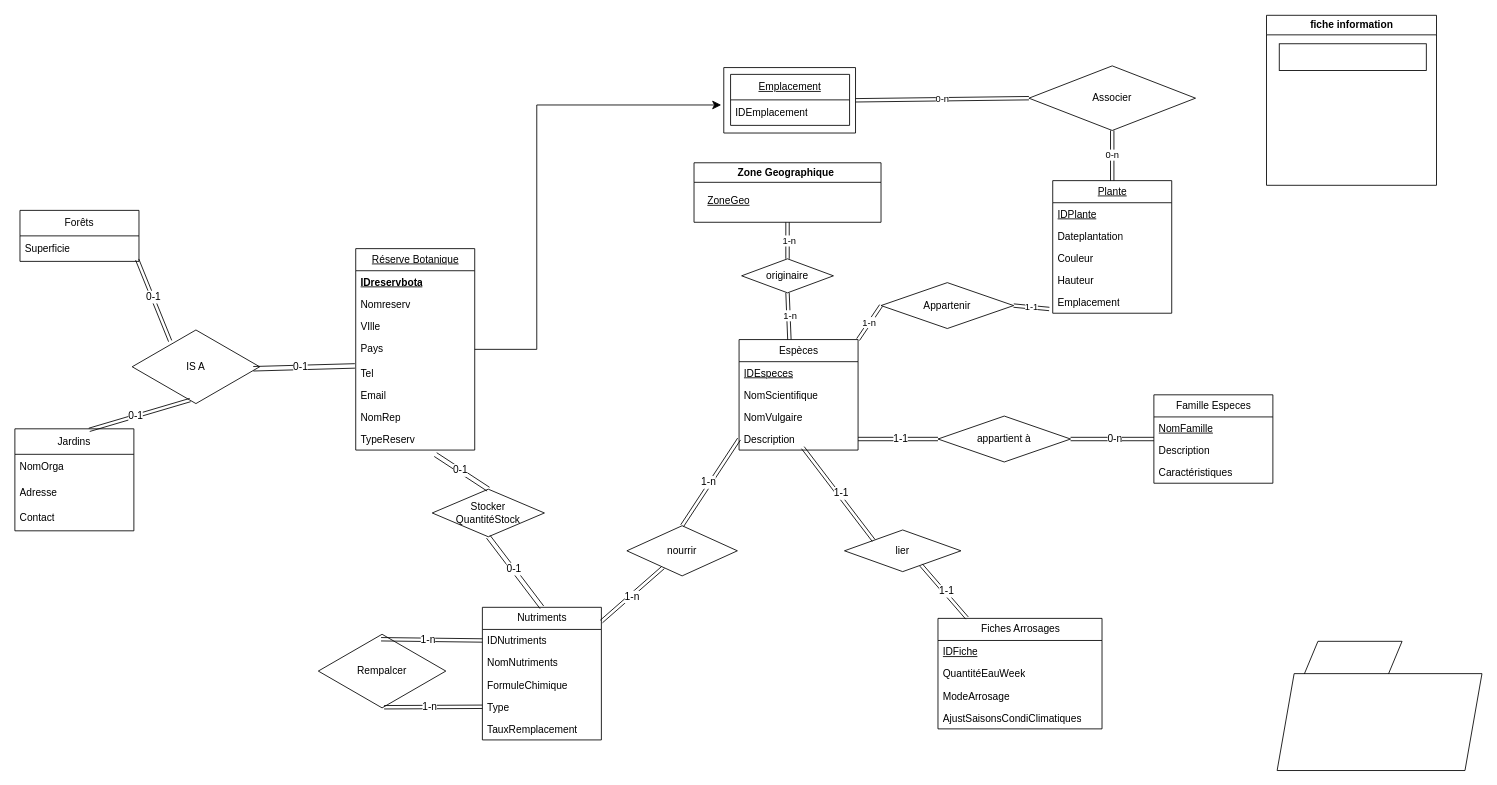
korasrar/Work keeps this draw.io diagram as SAE3/Untitled Diagram.drawio. Above is the earlier version. Source tidied: cells renumbered, new cells numbered last; positions are measured from the earlier drawing's top-left corner, leaving out a move shared by most shapes. Both pictures are drawn from the tidied source at 85%, with x=0, y=0 at pixel (14, 14).
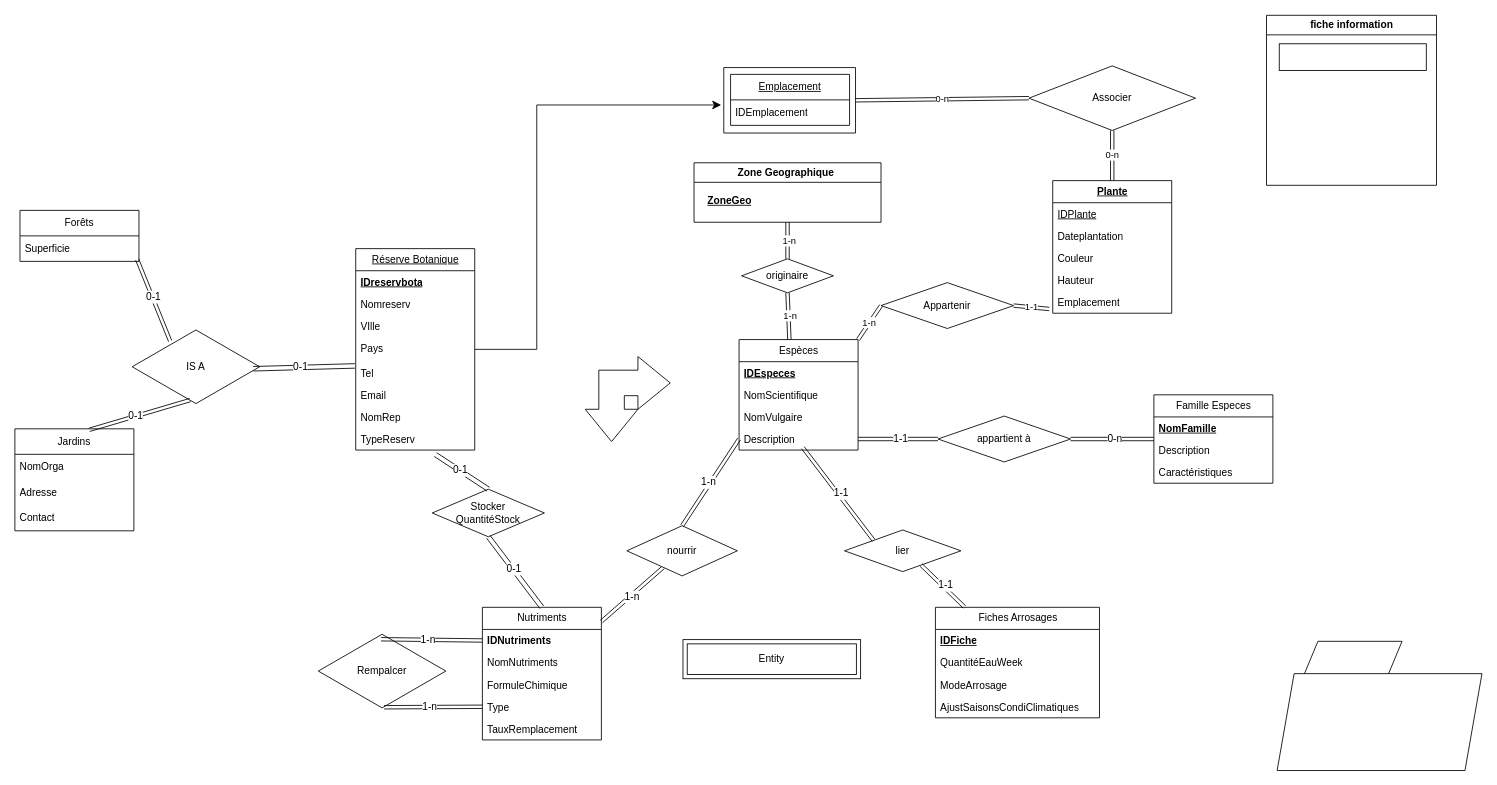
Above is the later version.

Commit message:
Mettre à jour Untitled Diagram.drawio

The change refers to these unchanged cells:
```xml
<mxCell id="17" value="Espèces" style="swimlane;fontStyle=0;horizontal=1;startSize=26;fillColor=none;html=1;" parent="1" vertex="1">
  <mxGeometry x="852" y="382" width="140" height="130" as="geometry" />
</mxCell>
<mxCell id="22" value="Famille Especes" style="swimlane;fontStyle=0;horizontal=1;startSize=26;fillColor=none;html=1;" parent="1" vertex="1">
  <mxGeometry x="1340" y="447" width="140" height="104" as="geometry" />
</mxCell>
<mxCell id="31" value="Nutriments" style="swimlane;fontStyle=0;horizontal=1;startSize=26;fillColor=none;html=1;" parent="1" vertex="1">
  <mxGeometry x="550" y="697" width="140" height="156" as="geometry" />
</mxCell>
<mxCell id="74" value="Zone Geographique&amp;nbsp;" style="swimlane;whiteSpace=wrap;html=1;" parent="1" vertex="1">
  <mxGeometry x="799" y="174" width="220" height="70" as="geometry" />
</mxCell>
```

What changed in the source:
```diff
@@
+    <mxCell id="98" value="Entity" style="shape=ext;margin=3;double=1;whiteSpace=wrap;html=1;align=center;" parent="1" vertex="1">
+      <mxGeometry x="786" y="735" width="209" height="46" as="geometry" />
+    </mxCell>
@@
-    <mxCell id="11" value="&lt;u&gt;Plante&lt;/u&gt;" style="swimlane;fontStyle=0;horizontal=1;startSize=26;fillColor=none;html=1;" parent="1" vertex="1">
+    <mxCell id="11" value="&lt;u&gt;&lt;b&gt;Plante&lt;/b&gt;&lt;/u&gt;" style="swimlane;fontStyle=0;horizontal=1;startSize=26;fillColor=none;html=1;" parent="1" vertex="1">
       <mxGeometry x="1221" y="195" width="140" height="156" as="geometry" />
     </mxCell>
@@
-    <mxCell id="18" value="&lt;u&gt;IDEspeces&lt;/u&gt;" style="text;strokeColor=none;fillColor=none;align=left;verticalAlign=top;spacingLeft=4;spacingRight=4;overflow=hidden;whiteSpace=wrap;html=1;" parent="17" vertex="1">
+    <mxCell id="18" value="&lt;b style=&quot;&quot;&gt;&lt;u&gt;IDEspeces&lt;/u&gt;&lt;/b&gt;" style="text;strokeColor=none;fillColor=none;align=left;verticalAlign=top;spacingLeft=4;spacingRight=4;overflow=hidden;whiteSpace=wrap;html=1;" parent="17" vertex="1">
       <mxGeometry y="26" width="140" height="26" as="geometry" />
     </mxCell>
@@
-    <mxCell id="23" value="&lt;u&gt;NomFamille&lt;/u&gt;" style="text;strokeColor=none;fillColor=none;align=left;verticalAlign=top;spacingLeft=4;spacingRight=4;overflow=hidden;whiteSpace=wrap;html=1;" parent="22" vertex="1">
+    <mxCell id="23" value="&lt;u&gt;&lt;b&gt;NomFamille&lt;/b&gt;&lt;/u&gt;" style="text;strokeColor=none;fillColor=none;align=left;verticalAlign=top;spacingLeft=4;spacingRight=4;overflow=hidden;whiteSpace=wrap;html=1;" parent="22" vertex="1">
       <mxGeometry y="26" width="140" height="26" as="geometry" />
     </mxCell>
@@
     <mxCell id="26" value="Fiches Arrosages" style="swimlane;fontStyle=0;horizontal=1;startSize=26;fillColor=none;html=1;" parent="1" vertex="1">
-      <mxGeometry x="1086" y="710" width="193" height="130" as="geometry" />
+      <mxGeometry x="1083" y="697" width="193" height="130" as="geometry" />
     </mxCell>
-    <mxCell id="27" value="&lt;u&gt;IDFiche&lt;/u&gt;" style="text;strokeColor=none;fillColor=none;align=left;verticalAlign=top;spacingLeft=4;spacingRight=4;overflow=hidden;whiteSpace=wrap;html=1;" parent="26" vertex="1">
+    <mxCell id="27" value="&lt;u&gt;&lt;b&gt;IDFiche&lt;/b&gt;&lt;/u&gt;" style="text;strokeColor=none;fillColor=none;align=left;verticalAlign=top;spacingLeft=4;spacingRight=4;overflow=hidden;whiteSpace=wrap;html=1;" parent="26" vertex="1">
       <mxGeometry y="26" width="193" height="26" as="geometry" />
     </mxCell>
@@
-    <mxCell id="32" value="IDNutriments" style="text;strokeColor=none;fillColor=none;align=left;verticalAlign=top;spacingLeft=4;spacingRight=4;overflow=hidden;points=[[0,0.5],[1,0.5]];portConstraint=eastwest;whiteSpace=wrap;html=1;" parent="31" vertex="1">
+    <mxCell id="32" value="&lt;b&gt;IDNutriments&lt;/b&gt;" style="text;strokeColor=none;fillColor=none;align=left;verticalAlign=top;spacingLeft=4;spacingRight=4;overflow=hidden;points=[[0,0.5],[1,0.5]];portConstraint=eastwest;whiteSpace=wrap;html=1;" parent="31" vertex="1">
       <mxGeometry y="26" width="140" height="26" as="geometry" />
     </mxCell>
@@
-    <mxCell id="75" value="&lt;div&gt;&lt;u&gt;ZoneGeo&lt;/u&gt;&lt;/div&gt;&lt;div&gt;&lt;u&gt;&lt;br&gt;&lt;/u&gt;&lt;/div&gt;" style="text;strokeColor=none;fillColor=none;align=left;verticalAlign=top;spacingLeft=4;spacingRight=4;overflow=hidden;points=[[0,0.5],[1,0.5]];portConstraint=eastwest;whiteSpace=wrap;html=1;" parent="74" vertex="1">
+    <mxCell id="75" value="&lt;div&gt;&lt;u&gt;&lt;b&gt;ZoneGeo&lt;/b&gt;&lt;/u&gt;&lt;/div&gt;&lt;div&gt;&lt;u&gt;&lt;br&gt;&lt;/u&gt;&lt;/div&gt;" style="text;strokeColor=none;fillColor=none;align=left;verticalAlign=top;spacingLeft=4;spacingRight=4;overflow=hidden;points=[[0,0.5],[1,0.5]];portConstraint=eastwest;whiteSpace=wrap;html=1;" parent="74" vertex="1">
       <mxGeometry x="10" y="31" width="140" height="26" as="geometry" />
     </mxCell>
@@
+    <mxCell id="99" style="html=1;shadow=0;dashed=0;align=center;verticalAlign=middle;shape=mxgraph.arrows2.bendDoubleArrow;dy=15;dx=38;arrowHead=62;rounded=0;" parent="1" vertex="1">
+      <mxGeometry x="671" y="402" width="100" height="100" as="geometry" />
+    </mxCell>
```
